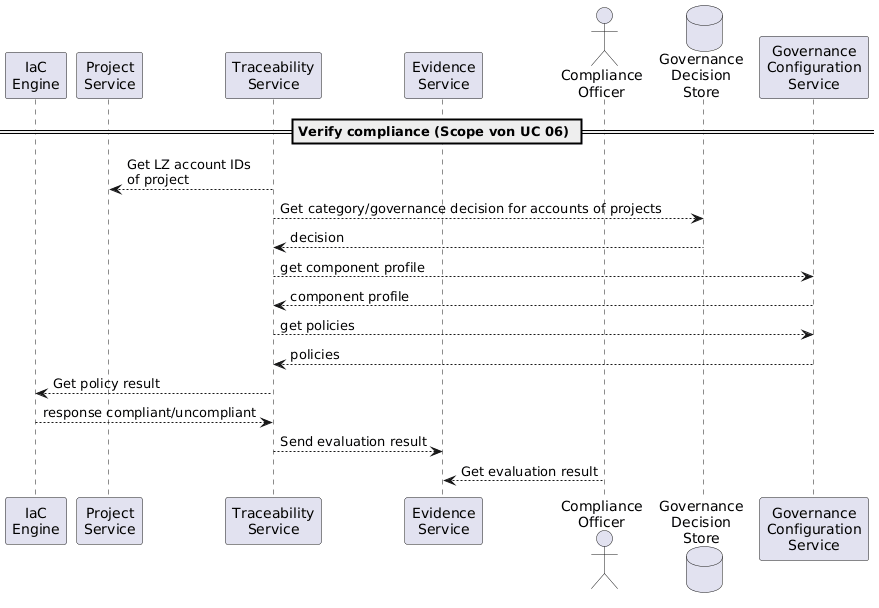
Earlier version of the PlantUML export graphics/sequence-diagramm-poc_variant2_verify-compliance.png (frithjofhoppe/aitw-report). Source of this version:
```plantuml
@startuml
participant "IaC\nEngine" as cloud
participant "Project\nService" as project
participant "Traceability\nService" as trace
participant "Evidence\nService" as evidence
actor "Compliance\nOfficer" as comp
database "Governance\nDecision\nStore" as decision
participant "Governance\nConfiguration\nService" as config

== Verify compliance (Scope von UC 06) ==

trace --> project: Get LZ account IDs\nof project
trace --> decision:  Get category/governance decision for accounts of projects
decision --> trace : decision
trace --> config : get component profile
config --> trace : component profile
trace --> config : get policies
config --> trace : policies
trace --> cloud : Get policy result
cloud --> trace : response compliant/uncompliant
trace --> evidence: Send evaluation result
comp --> evidence: Get evaluation result
@enduml
```
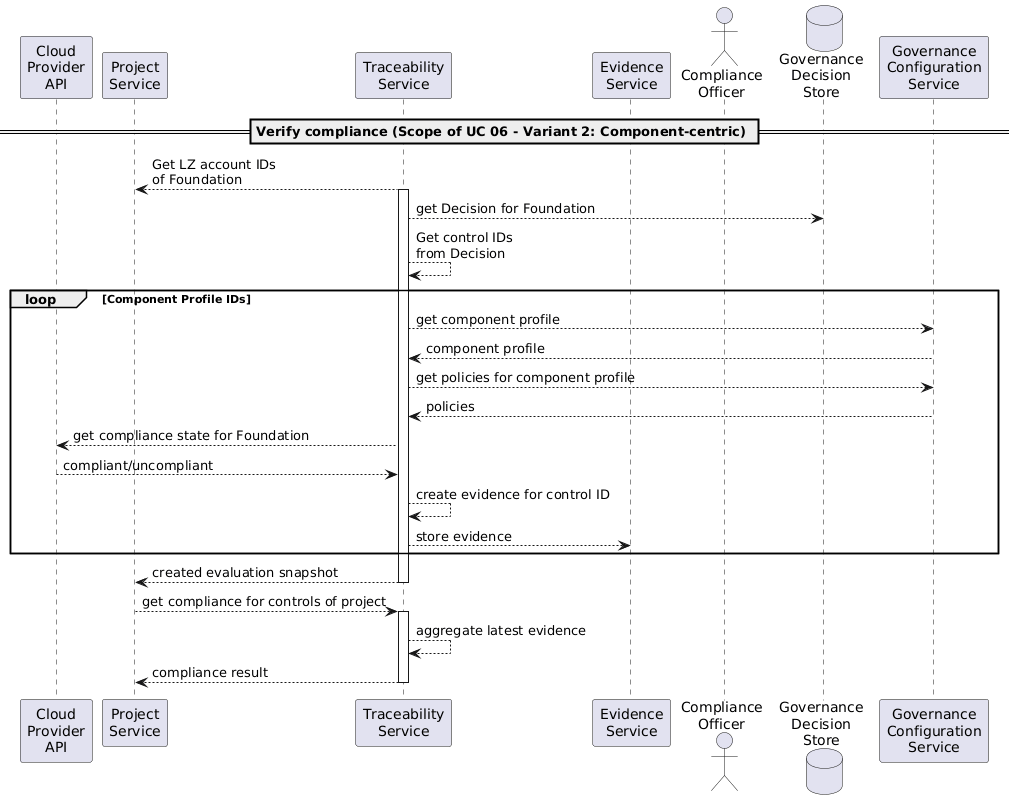
Above is the later version.

Commit message:
add sequence diagrams for architecture variants

Change to the diagram source:
```diff
@@ -1,5 +1,5 @@
 @startuml
-participant "IaC\nEngine" as cloud
+participant "Cloud\nProvider\nAPI" as cloud
 participant "Project\nService" as project
 participant "Traceability\nService" as trace
 participant "Evidence\nService" as evidence
@@ -7,17 +7,27 @@
 database "Governance\nDecision\nStore" as decision
 participant "Governance\nConfiguration\nService" as config
 
-== Verify compliance (Scope von UC 06) ==
+== Verify compliance (Scope of UC 06 - Variant 2: Component-centric) ==
 
-trace --> project: Get LZ account IDs\nof project
-trace --> decision:  Get category/governance decision for accounts of projects
-decision --> trace : decision
+trace --> project : Get LZ account IDs\nof Foundation
+activate trace
+trace --> decision : get Decision for Foundation
+trace --> trace: Get control IDs\nfrom Decision
+loop Component Profile IDs
 trace --> config : get component profile
 config --> trace : component profile
-trace --> config : get policies
+trace --> config : get policies for component profile
 config --> trace : policies
-trace --> cloud : Get policy result
-cloud --> trace : response compliant/uncompliant
-trace --> evidence: Send evaluation result
-comp --> evidence: Get evaluation result
+trace --> cloud : get compliance state for Foundation
+cloud --> trace : compliant/uncompliant
+trace --> trace : create evidence for control ID
+trace --> evidence : store evidence
+end
+trace --> project: created evaluation snapshot
+deactivate trace
+project --> trace : get compliance for controls of project
+activate trace
+trace --> trace : aggregate latest evidence
+trace --> project : compliance result
+deactivate trace
 @enduml
```
